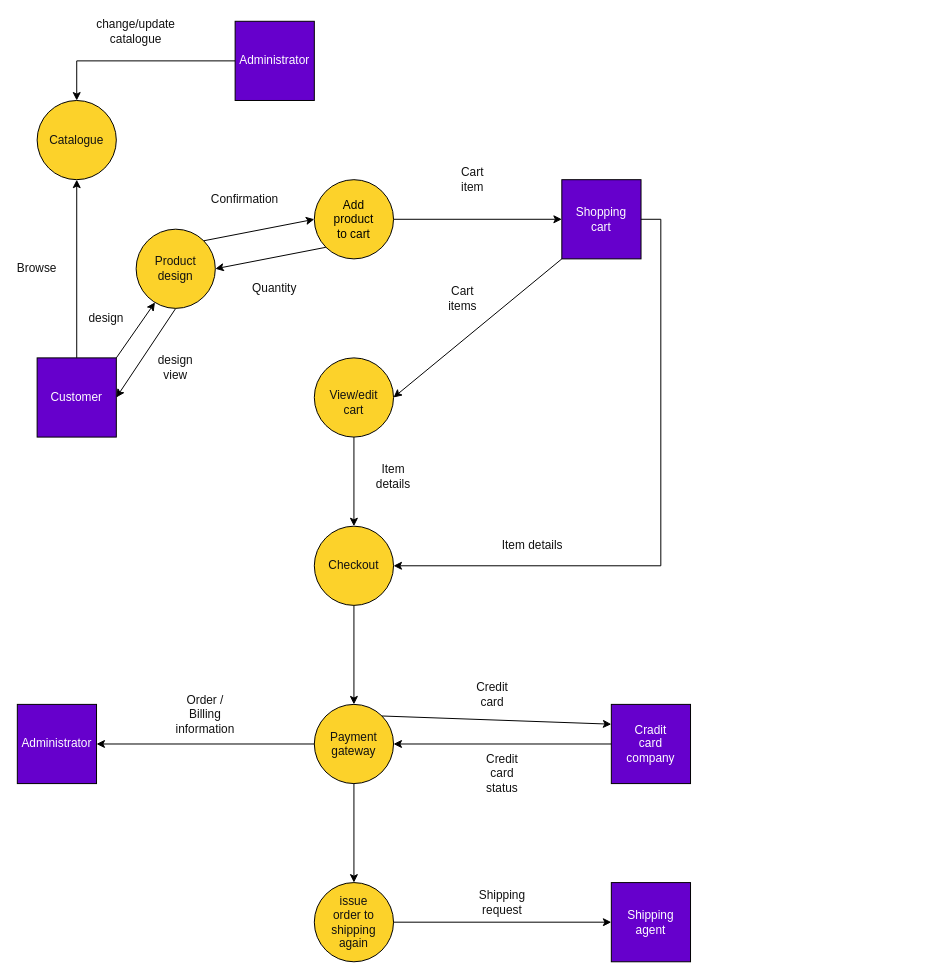
This is Untitled Diagram.drawio from nirav7707/first, a draw.io file, before an edit. Source tidied: cells renumbered, new cells numbered last; positions are measured from the earlier drawing's top-left corner, leaving out a move shared by most shapes. Both pictures are drawn from the tidied source at 99%, with x=0, y=0 at pixel (17, 21).
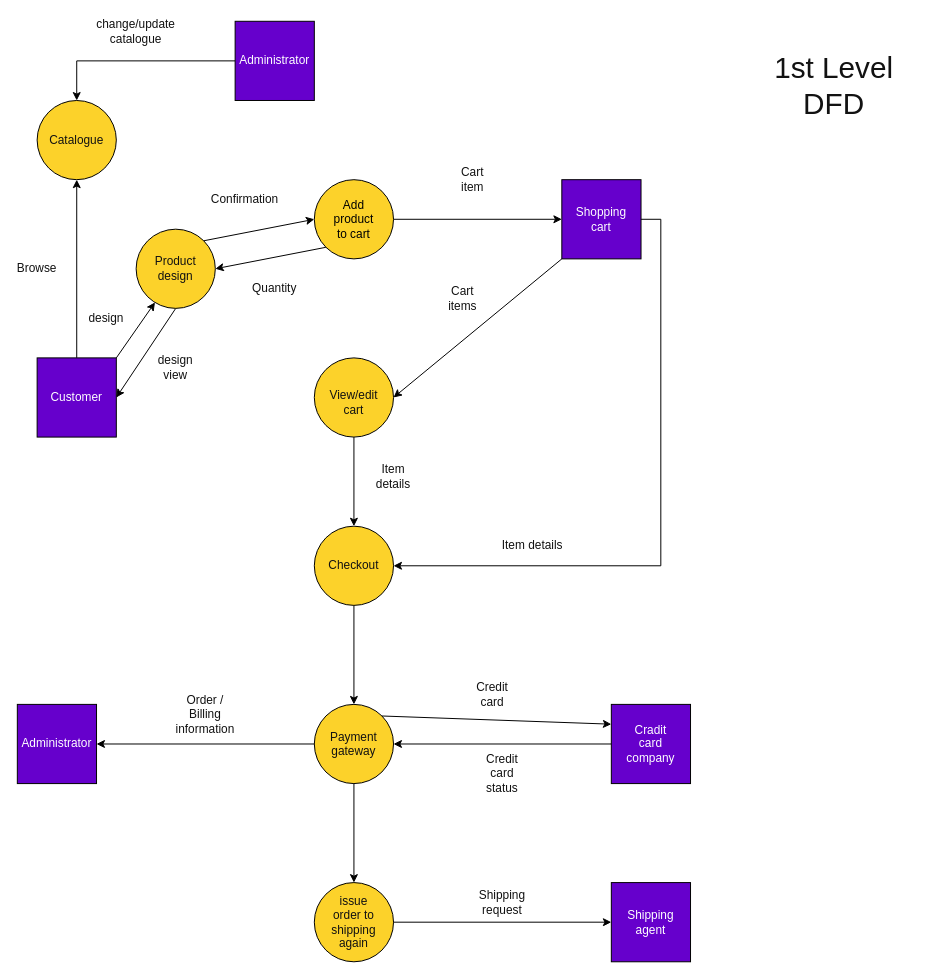
After the change.

The edit, as a diff of the source:
```diff
@@
+    <mxCell id="58" value="&lt;font style=&quot;font-size: 30px&quot;&gt;1st Level DFD &lt;br&gt;&lt;/font&gt;" style="text;html=1;strokeColor=none;fillColor=none;align=center;verticalAlign=middle;whiteSpace=wrap;rounded=0;fontColor=#121212;" parent="1" vertex="1">
+      <mxGeometry x="730" y="30" width="190" height="70" as="geometry" />
+    </mxCell>
```
